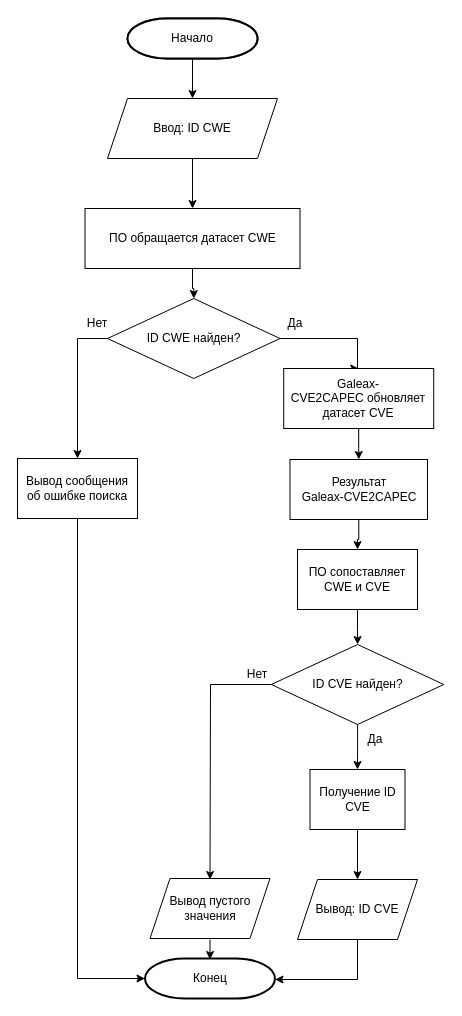
This is Algorithm_OPZ/(1. ВД) 4. Алгоритм Генерация CVE.drawio from SmirnovBogdan8/Diplom, a draw.io file, before an edit. Source tidied: cells renumbered, new cells numbered last; positions are measured from the earlier drawing's top-left corner, leaving out a move shared by most shapes. Both pictures are drawn from the tidied source at 100%, with x=0, y=0 at pixel (17, 18).
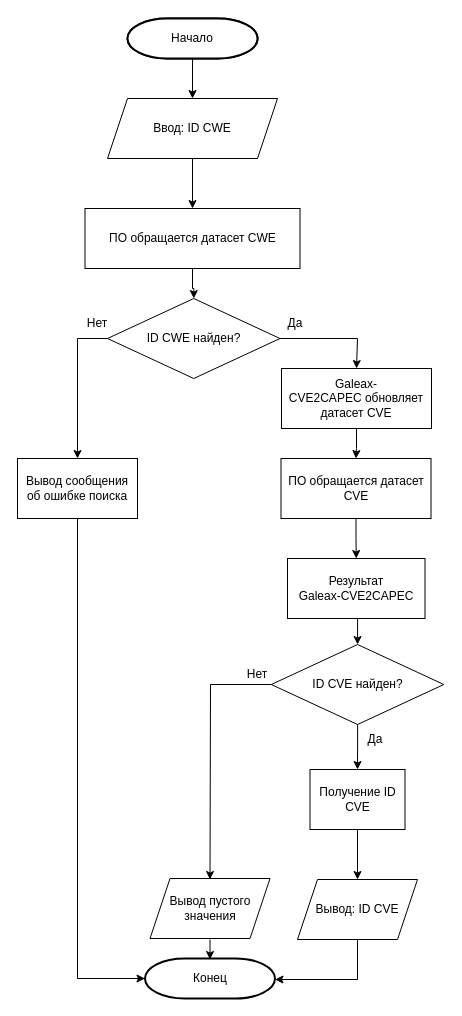
The same page after the edit.

Unchanged cells that the change refers to:
```xml
<mxCell id="27" value="ID CVE найден?" style="rhombus;whiteSpace=wrap;html=1;" parent="1" vertex="1">
  <mxGeometry x="253.8" y="626" width="172.5" height="80" as="geometry" />
</mxCell>
```

Change to the diagram source:
```diff
@@
-    <mxCell id="15" style="edgeStyle=orthogonalEdgeStyle;rounded=0;jettySize=auto;html=1;" parent="1" edge="1" source="16" target="27">
-      <mxGeometry relative="1" as="geometry" />
-    </mxCell>
-    <mxCell id="16" value="ПО сопоставляет CWE и CVE" style="rounded=0;whiteSpace=wrap;html=1;" parent="1" vertex="1">
-      <mxGeometry x="280" y="531" width="120" height="60" as="geometry" />
-    </mxCell>
@@
-    <mxCell id="23" style="edgeStyle=orthogonalEdgeStyle;rounded=0;jettySize=auto;html=1;" parent="1" edge="1" source="24" target="16">
-      <mxGeometry relative="1" as="geometry" />
-    </mxCell>
+    <mxCell id="34" style="edgeStyle=orthogonalEdgeStyle;rounded=0;jettySize=auto;html=1;exitX=0.5;exitY=1;exitDx=0;exitDy=0;entryX=0.5;entryY=0;entryDx=0;entryDy=0;" parent="1" edge="1" source="24" target="27">
+      <mxGeometry relative="1" as="geometry" />
+    </mxCell>
     <mxCell id="24" value="&lt;div&gt;Результат&lt;/div&gt;Galeax-CVE2CAPEC" style="rounded=0;whiteSpace=wrap;html=1;" parent="1" vertex="1">
-      <mxGeometry x="272.5" y="441" width="137.5" height="60" as="geometry" />
+      <mxGeometry x="270" y="540" width="137.5" height="60" as="geometry" />
     </mxCell>
@@
-    <mxCell id="32" style="edgeStyle=orthogonalEdgeStyle;rounded=0;jettySize=auto;html=1;" parent="1" edge="1" source="33" target="24">
-      <mxGeometry relative="1" as="geometry" />
-    </mxCell>
+    <mxCell id="35" style="edgeStyle=orthogonalEdgeStyle;rounded=0;jettySize=auto;html=1;" parent="1" edge="1" source="33" target="37">
+      <mxGeometry relative="1" as="geometry" />
+    </mxCell>
     <mxCell id="33" value="&lt;div&gt;&lt;span style=&quot;background-color: initial;&quot;&gt;Galeax-CVE2CAPEC&lt;/span&gt;&lt;span style=&quot;background-color: initial;&quot;&gt;&amp;nbsp;обновляет датасет CVE&lt;/span&gt;&lt;br&gt;&lt;/div&gt;" style="rounded=0;whiteSpace=wrap;html=1;" parent="1" vertex="1">
-      <mxGeometry x="266.2" y="350" width="150" height="60" as="geometry" />
+      <mxGeometry x="264" y="350" width="150" height="60" as="geometry" />
     </mxCell>
+    <mxCell id="36" style="edgeStyle=orthogonalEdgeStyle;rounded=0;jettySize=auto;html=1;" parent="1" edge="1" source="37" target="24">
+      <mxGeometry relative="1" as="geometry" />
+    </mxCell>
+    <mxCell id="37" value="&lt;div&gt;ПО обращается датасет CVE&lt;br&gt;&lt;/div&gt;" style="rounded=0;whiteSpace=wrap;html=1;" parent="1" vertex="1">
+      <mxGeometry x="263.5" y="440" width="150" height="60" as="geometry" />
+    </mxCell>
```
